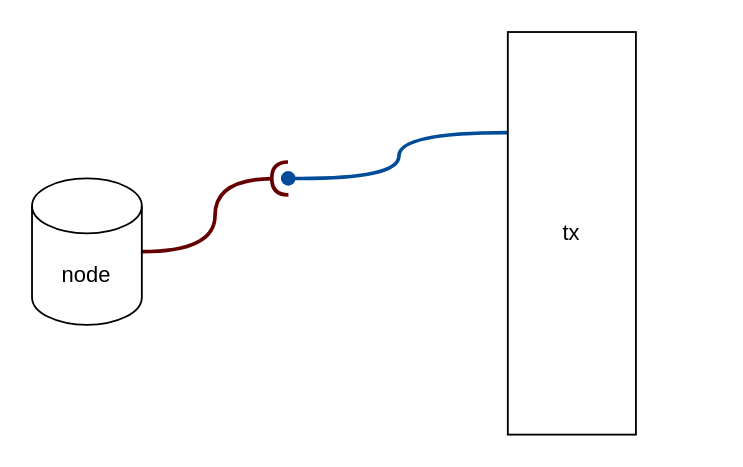
Before: Update operation (1).drawio in xxAVOGADROxx/diagramasC3, a draw.io diagram. Source tidied: cells renumbered, new cells numbered last; positions are measured from the earlier drawing's top-left corner, leaving out a move shared by most shapes. Both pictures are drawn from the tidied source at 183%, with x=0, y=0 at pixel (31, 31).
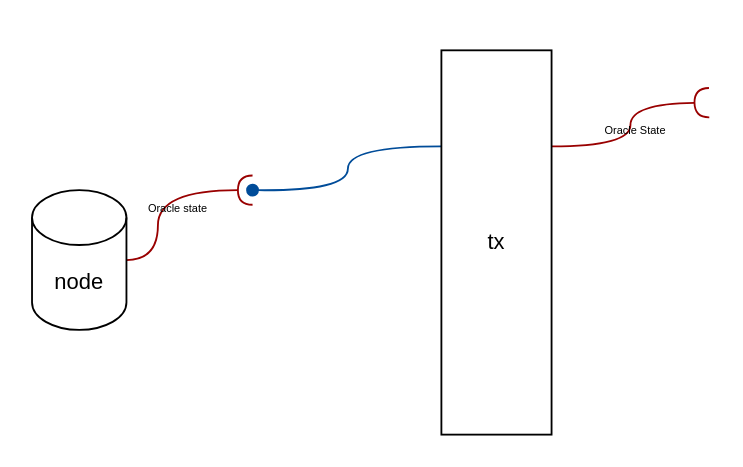
The same page after the edit.

The edit, as a diff of the source:
```diff
@@
 <mxGraphModel>
   <root>
     <mxCell id="0" />
     <mxCell id="1" parent="0" />
-    <mxCell id="2" style="edgeStyle=orthogonalEdgeStyle;rounded=0;jettySize=auto;html=1;exitX=1;exitY=0.5;exitDx=0;exitDy=0;exitPerimeter=0;strokeColor=#660000;startArrow=none;startFill=0;strokeWidth=2;endArrow=halfCircle;endFill=0;curved=1;" parent="1" edge="1" source="3">
+    <mxCell id="2" style="edgeStyle=orthogonalEdgeStyle;rounded=0;jettySize=auto;html=1;exitX=1;exitY=0.5;exitDx=0;exitDy=0;exitPerimeter=0;strokeColor=#990000;startArrow=none;startFill=0;strokeWidth=1;endArrow=halfCircle;endFill=0;curved=1;" parent="1" edge="1" source="3">
       <mxGeometry relative="1" as="geometry">
-        <mxPoint x="140" y="80" as="targetPoint" />
+        <mxPoint x="120.5" y="86.4" as="targetPoint" />
+        <Array as="points">
+          <mxPoint x="68.8" y="124.5" />
+          <mxPoint x="68.8" y="86.4" />
+        </Array>
       </mxGeometry>
     </mxCell>
     <mxCell id="3" value="node" style="shape=cylinder3;whiteSpace=wrap;html=1;boundedLbl=1;backgroundOutline=1;size=15;" parent="1" vertex="1">
-      <mxGeometry y="80" width="60" height="80" as="geometry" />
+      <mxGeometry y="86.4" width="51.6" height="76.4" as="geometry" />
     </mxCell>
-    <mxCell id="4" style="edgeStyle=orthogonalEdgeStyle;rounded=0;jettySize=auto;html=1;exitX=0;exitY=0.25;exitDx=0;exitDy=0;startArrow=none;startFill=0;endArrow=oval;endFill=1;strokeColor=#004C99;strokeWidth=2;curved=1;" parent="1" edge="1" source="5">
+    <mxCell id="4" style="edgeStyle=orthogonalEdgeStyle;rounded=0;jettySize=auto;html=1;exitX=0;exitY=0.25;exitDx=0;exitDy=0;startArrow=none;startFill=0;endArrow=oval;endFill=1;strokeColor=#004C99;strokeWidth=1;curved=1;" parent="1" edge="1" source="5">
       <mxGeometry relative="1" as="geometry">
-        <mxPoint x="140" y="80" as="targetPoint" />
+        <mxPoint x="120.5" y="86.4" as="targetPoint" />
       </mxGeometry>
     </mxCell>
+    <mxCell id="6" style="edgeStyle=orthogonalEdgeStyle;rounded=0;jettySize=auto;html=1;exitX=1;exitY=0.25;exitDx=0;exitDy=0;curved=1;endArrow=halfCircle;endFill=0;strokeColor=#990000;" parent="1" edge="1" source="5">
+      <mxGeometry relative="1" as="geometry">
+        <mxPoint x="370" y="38.6" as="targetPoint" />
+      </mxGeometry>
+    </mxCell>
+    <mxCell id="7" value="&lt;font style=&quot;font-size: 6px&quot;&gt;Oracle state&lt;/font&gt;" style="text;html=1;strokeColor=none;fillColor=none;align=center;verticalAlign=middle;whiteSpace=wrap;rounded=0;" parent="1" vertex="1">
+      <mxGeometry x="60" y="90" width="40" height="10.2" as="geometry" />
+    </mxCell>
     <mxCell id="5" value="tx" style="rounded=0;whiteSpace=wrap;html=1;rotation=0;" parent="1" vertex="1">
-      <mxGeometry x="260" width="70" height="220" as="geometry" />
+      <mxGeometry x="223.7" y="10" width="60.2" height="210" as="geometry" />
     </mxCell>
+    <mxCell id="8" value="Oracle State" style="text;html=1;strokeColor=none;fillColor=none;align=center;verticalAlign=middle;whiteSpace=wrap;rounded=0;fontSize=6;" parent="1" vertex="1">
+      <mxGeometry x="309.8" y="48.2" width="40.2" height="11.8" as="geometry" />
+    </mxCell>
   </root>
 </mxGraphModel>
```
